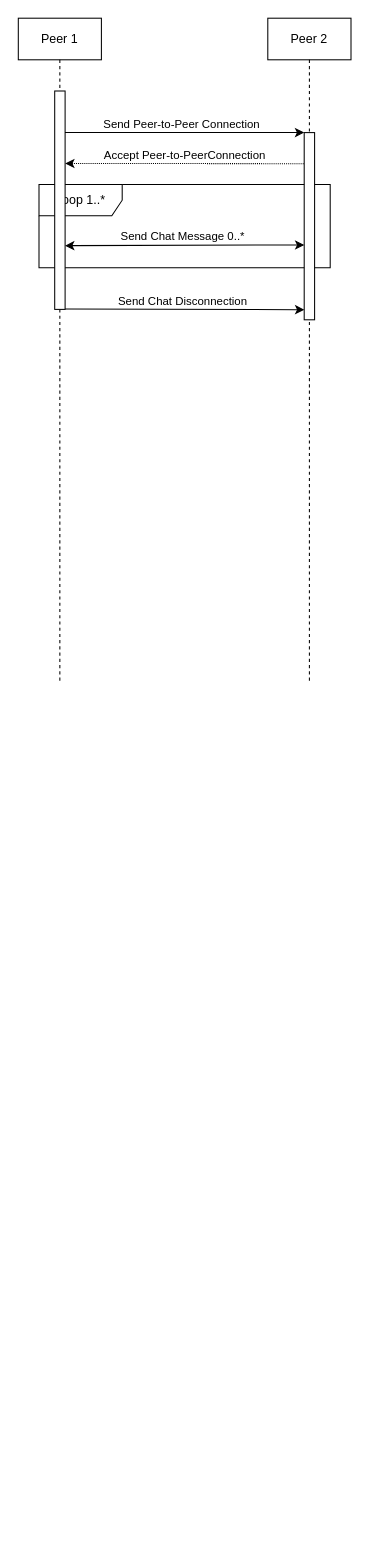
Earlier version of the draw.io diagram Project3/Network Sequence Diagram - Peer-to-Peer.drawio (PatrickMcDougle/CSE681). Source tidied: cells renumbered, new cells numbered last; positions are measured from the earlier drawing's top-left corner, leaving out a move shared by most shapes. Both pictures are drawn from the tidied source at 104%, with x=0, y=0 at pixel (18, 18).
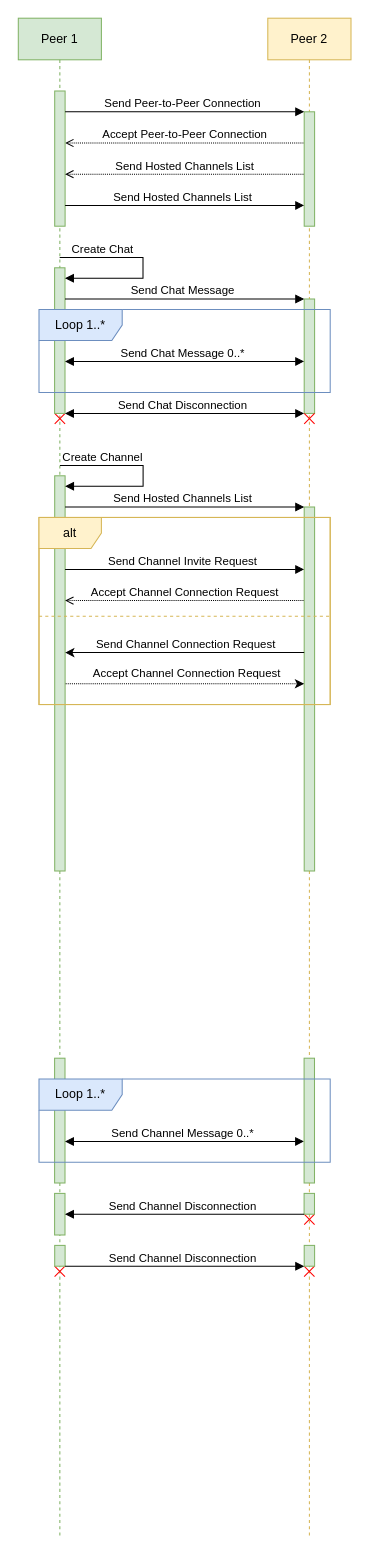
Above is the later version.

Change to the diagram source:
```diff
@@
-    <mxCell id="2" value="Loop 1..*" style="shape=umlFrame;whiteSpace=wrap;html=1;labelBackgroundColor=none;width=80;height=30;" parent="1" vertex="1">
-      <mxGeometry x="20" y="160" width="280" height="80" as="geometry" />
-    </mxCell>
+    <mxCell id="9" style="endArrow=none;html=1;rounded=0;startArrow=open;startFill=0;dashed=1;dashPattern=1 1;" parent="1" edge="1" source="4" target="6">
+      <mxGeometry relative="1" as="geometry">
+        <Array as="points">
+          <mxPoint x="180" y="120" />
+        </Array>
+      </mxGeometry>
+    </mxCell>
+    <mxCell id="10" value="Accept Peer-to-Peer Connection" style="edgeLabel;html=1;align=center;verticalAlign=bottom;labelPosition=center;verticalLabelPosition=top;labelBackgroundColor=none;" parent="9" vertex="1">
+      <mxGeometry x="-0.05" y="-1" relative="1" as="geometry">
+        <mxPoint x="5" y="-1" as="offset" />
+      </mxGeometry>
+    </mxCell>
-    <mxCell id="3" value="Peer 1" style="shape=umlLifeline;perimeter=lifelinePerimeter;whiteSpace=wrap;html=1;" parent="1" vertex="1">
-      <mxGeometry x="0.1" width="79.9" height="640" as="geometry" />
+    <mxCell id="3" value="Peer 1" style="shape=umlLifeline;perimeter=lifelinePerimeter;whiteSpace=wrap;html=1;fillColor=#d5e8d4;strokeColor=#82b366;" parent="1" vertex="1">
+      <mxGeometry x="0.1" width="79.9" height="1460" as="geometry" />
     </mxCell>
-    <mxCell id="4" style="html=1;points=[];perimeter=orthogonalPerimeter;" parent="3" vertex="1">
-      <mxGeometry x="35" y="70" width="10" height="210" as="geometry" />
+    <mxCell id="4" style="html=1;points=[];perimeter=orthogonalPerimeter;fillColor=#d5e8d4;strokeColor=#82b366;" parent="3" vertex="1">
+      <mxGeometry x="35" y="70" width="10" height="130" as="geometry" />
     </mxCell>
+    <mxCell id="15" style="html=1;points=[];perimeter=orthogonalPerimeter;labelBackgroundColor=none;fillColor=#d5e8d4;strokeColor=#82b366;" parent="3" vertex="1">
+      <mxGeometry x="35" y="440" width="10" height="380" as="geometry" />
+    </mxCell>
+    <mxCell id="16" style="endArrow=block;html=1;rounded=0;endFill=1;edgeStyle=orthogonalEdgeStyle;" parent="3" edge="1" target="15">
+      <mxGeometry relative="1" as="geometry">
+        <mxPoint x="40.1" y="430" as="sourcePoint" />
+        <Array as="points">
+          <mxPoint x="120" y="430" />
+          <mxPoint x="120" y="450" />
+        </Array>
+      </mxGeometry>
+    </mxCell>
+    <mxCell id="17" value="Create Channel" style="edgeLabel;align=center;verticalAlign=bottom;labelPosition=center;verticalLabelPosition=top;html=1;labelBackgroundColor=none;" parent="16" vertex="1">
+      <mxGeometry x="-0.26" relative="1" as="geometry">
+        <mxPoint x="-25" as="offset" />
+      </mxGeometry>
+    </mxCell>
+    <mxCell id="18" style="shape=umlDestroy;labelBackgroundColor=none;html=1;fillColor=#FF0000;strokeColor=#FF0000;fontColor=#ffffff;" parent="3" vertex="1">
+      <mxGeometry x="35" y="380" width="10" height="10" as="geometry" />
+    </mxCell>
-    <mxCell id="5" value="Peer 2" style="shape=umlLifeline;perimeter=lifelinePerimeter;whiteSpace=wrap;html=1;" parent="1" vertex="1">
-      <mxGeometry x="240" width="80" height="640" as="geometry" />
+    <mxCell id="5" value="Peer 2" style="shape=umlLifeline;perimeter=lifelinePerimeter;whiteSpace=wrap;html=1;fillColor=#fff2cc;strokeColor=#d6b656;" parent="1" vertex="1">
+      <mxGeometry x="240" width="80" height="1460" as="geometry" />
     </mxCell>
+    <mxCell id="19" style="html=1;points=[];perimeter=orthogonalPerimeter;labelBackgroundColor=none;fillColor=#d5e8d4;strokeColor=#82b366;" parent="5" vertex="1">
+      <mxGeometry x="35" y="470" width="10" height="350" as="geometry" />
+    </mxCell>
-    <mxCell id="6" style="html=1;points=[];perimeter=orthogonalPerimeter;" parent="5" vertex="1">
-      <mxGeometry x="35" y="110" width="10" height="180" as="geometry" />
+    <mxCell id="6" style="html=1;points=[];perimeter=orthogonalPerimeter;fillColor=#d5e8d4;strokeColor=#82b366;" parent="5" vertex="1">
+      <mxGeometry x="35" y="90" width="10" height="110" as="geometry" />
     </mxCell>
+    <mxCell id="20" style="html=1;points=[];perimeter=orthogonalPerimeter;fillColor=#d5e8d4;strokeColor=#82b366;" parent="5" vertex="1">
+      <mxGeometry x="-205" y="240" width="10" height="140" as="geometry" />
+    </mxCell>
+    <mxCell id="21" style="html=1;points=[];perimeter=orthogonalPerimeter;fillColor=#d5e8d4;strokeColor=#82b366;" parent="5" vertex="1">
+      <mxGeometry x="35" y="270" width="10" height="110" as="geometry" />
+    </mxCell>
+    <mxCell id="22" style="endArrow=block;html=1;rounded=0;endFill=1;startArrow=block;startFill=1;" parent="5" edge="1" source="20" target="21">
+      <mxGeometry relative="1" as="geometry">
+        <Array as="points">
+          <mxPoint x="-50" y="330" />
+        </Array>
+      </mxGeometry>
+    </mxCell>
+    <mxCell id="12" value="Send Chat Message 0..*" style="edgeLabel;align=center;verticalAlign=bottom;labelPosition=center;verticalLabelPosition=top;html=1;labelBackgroundColor=none;" parent="22" vertex="1">
+      <mxGeometry x="-0.26" relative="1" as="geometry">
+        <mxPoint x="27" as="offset" />
+      </mxGeometry>
+    </mxCell>
+    <mxCell id="23" style="endArrow=block;html=1;rounded=0;endFill=1;startArrow=block;startFill=1;" parent="5" edge="1" source="20" target="21">
+      <mxGeometry relative="1" as="geometry">
+        <Array as="points">
+          <mxPoint x="-10" y="380" />
+        </Array>
+      </mxGeometry>
+    </mxCell>
+    <mxCell id="14" value="Send Chat Disconnection" style="edgeLabel;align=center;verticalAlign=bottom;labelPosition=center;verticalLabelPosition=top;html=1;labelBackgroundColor=none;" parent="23" vertex="1">
+      <mxGeometry x="-0.26" relative="1" as="geometry">
+        <mxPoint x="27" as="offset" />
+      </mxGeometry>
+    </mxCell>
+    <mxCell id="24" style="endArrow=block;html=1;rounded=0;endFill=1;startArrow=none;startFill=0;" parent="5" edge="1" source="20" target="21">
+      <mxGeometry relative="1" as="geometry">
+        <Array as="points">
+          <mxPoint x="-80" y="270" />
+        </Array>
+      </mxGeometry>
+    </mxCell>
+    <mxCell id="25" value="Send Chat Message" style="edgeLabel;align=center;verticalAlign=bottom;labelPosition=center;verticalLabelPosition=top;html=1;labelBackgroundColor=none;" parent="24" vertex="1">
+      <mxGeometry x="-0.26" relative="1" as="geometry">
+        <mxPoint x="27" as="offset" />
+      </mxGeometry>
+    </mxCell>
+    <mxCell id="26" style="endArrow=block;html=1;rounded=0;endFill=1;edgeStyle=orthogonalEdgeStyle;" parent="5" edge="1" target="20">
+      <mxGeometry relative="1" as="geometry">
+        <mxPoint x="-200.1" y="230" as="sourcePoint" />
+        <Array as="points">
+          <mxPoint x="-120" y="230" />
+          <mxPoint x="-120" y="250" />
+        </Array>
+      </mxGeometry>
+    </mxCell>
+    <mxCell id="27" value="Create Chat" style="edgeLabel;align=center;verticalAlign=bottom;labelPosition=center;verticalLabelPosition=top;html=1;labelBackgroundColor=none;" parent="26" vertex="1">
+      <mxGeometry x="-0.26" relative="1" as="geometry">
+        <mxPoint x="-24" as="offset" />
+      </mxGeometry>
+    </mxCell>
+    <mxCell id="28" value="Loop 1..*" style="shape=umlFrame;whiteSpace=wrap;html=1;labelBackgroundColor=none;width=80;height=30;fillColor=#dae8fc;strokeColor=#6c8ebf;" parent="5" vertex="1">
+      <mxGeometry x="-220" y="280" width="280" height="80" as="geometry" />
+    </mxCell>
+    <mxCell id="29" style="shape=umlDestroy;labelBackgroundColor=none;html=1;fillColor=#FF0000;strokeColor=#FF0000;fontColor=#ffffff;" parent="5" vertex="1">
+      <mxGeometry x="35" y="380" width="10" height="10" as="geometry" />
+    </mxCell>
+    <mxCell id="30" style="shape=umlDestroy;labelBackgroundColor=none;html=1;fillColor=#FF0000;strokeColor=#FF0000;fontColor=#ffffff;" parent="5" vertex="1">
+      <mxGeometry x="-205" y="1200" width="10" height="10" as="geometry" />
+    </mxCell>
+    <mxCell id="31" style="shape=umlDestroy;labelBackgroundColor=none;html=1;fillColor=#FF0000;strokeColor=#FF0000;fontColor=#ffffff;" parent="5" vertex="1">
+      <mxGeometry x="35" y="1150" width="10" height="10" as="geometry" />
+    </mxCell>
+    <mxCell id="32" style="shape=umlDestroy;labelBackgroundColor=none;html=1;fillColor=#FF0000;strokeColor=#FF0000;fontColor=#ffffff;" parent="5" vertex="1">
+      <mxGeometry x="34.9" y="1200" width="10" height="10" as="geometry" />
+    </mxCell>
+    <mxCell id="33" style="html=1;points=[];perimeter=orthogonalPerimeter;labelBackgroundColor=none;fillColor=#d5e8d4;strokeColor=#82b366;" parent="5" vertex="1">
+      <mxGeometry x="-205" y="1000" width="10" height="120" as="geometry" />
+    </mxCell>
+    <mxCell id="34" style="endArrow=block;html=1;rounded=0;endFill=1;startArrow=block;startFill=1;" parent="5" edge="1" source="33" target="36">
+      <mxGeometry relative="1" as="geometry">
+        <Array as="points">
+          <mxPoint x="-40" y="1080" />
+        </Array>
+      </mxGeometry>
+    </mxCell>
+    <mxCell id="35" value="Send Channel Message 0..*" style="edgeLabel;align=center;verticalAlign=bottom;labelPosition=center;verticalLabelPosition=top;html=1;labelBackgroundColor=none;" parent="34" vertex="1">
+      <mxGeometry x="-0.26" relative="1" as="geometry">
+        <mxPoint x="27" as="offset" />
+      </mxGeometry>
+    </mxCell>
+    <mxCell id="36" style="html=1;points=[];perimeter=orthogonalPerimeter;labelBackgroundColor=none;fillColor=#d5e8d4;strokeColor=#82b366;" parent="5" vertex="1">
+      <mxGeometry x="34.9" y="1000" width="10" height="120" as="geometry" />
+    </mxCell>
+    <mxCell id="37" value="Loop 1..*" style="shape=umlFrame;whiteSpace=wrap;html=1;labelBackgroundColor=none;width=80;height=30;fillColor=#dae8fc;strokeColor=#6c8ebf;" parent="5" vertex="1">
+      <mxGeometry x="-220" y="1020" width="280" height="80" as="geometry" />
+    </mxCell>
+    <mxCell id="38" style="html=1;points=[];perimeter=orthogonalPerimeter;labelBackgroundColor=none;fillColor=#d5e8d4;strokeColor=#82b366;" parent="5" vertex="1">
+      <mxGeometry x="-205" y="1130" width="10" height="40" as="geometry" />
+    </mxCell>
+    <mxCell id="39" style="html=1;points=[];perimeter=orthogonalPerimeter;labelBackgroundColor=none;fillColor=#d5e8d4;strokeColor=#82b366;" parent="5" vertex="1">
+      <mxGeometry x="34.9" y="1130" width="10" height="20" as="geometry" />
+    </mxCell>
+    <mxCell id="40" style="endArrow=none;html=1;rounded=0;endFill=0;startArrow=block;startFill=1;" parent="5" edge="1" source="38" target="39">
+      <mxGeometry relative="1" as="geometry">
+        <Array as="points">
+          <mxPoint x="-80" y="1150" />
+        </Array>
+      </mxGeometry>
+    </mxCell>
+    <mxCell id="41" value="Send Channel Disconnection" style="edgeLabel;align=center;verticalAlign=bottom;labelPosition=center;verticalLabelPosition=top;html=1;labelBackgroundColor=none;" parent="40" vertex="1">
+      <mxGeometry x="-0.26" relative="1" as="geometry">
+        <mxPoint x="27" as="offset" />
+      </mxGeometry>
+    </mxCell>
+    <mxCell id="42" style="html=1;points=[];perimeter=orthogonalPerimeter;labelBackgroundColor=none;fillColor=#d5e8d4;strokeColor=#82b366;" parent="5" vertex="1">
+      <mxGeometry x="-204.9" y="1180" width="10" height="20" as="geometry" />
+    </mxCell>
+    <mxCell id="43" style="html=1;points=[];perimeter=orthogonalPerimeter;labelBackgroundColor=none;fillColor=#d5e8d4;strokeColor=#82b366;" parent="5" vertex="1">
+      <mxGeometry x="35" y="1180" width="10" height="20" as="geometry" />
+    </mxCell>
+    <mxCell id="44" style="endArrow=block;html=1;rounded=0;endFill=1;startArrow=none;startFill=0;" parent="5" edge="1" source="42" target="43">
+      <mxGeometry relative="1" as="geometry">
+        <Array as="points">
+          <mxPoint x="-79.9" y="1200" />
+        </Array>
+      </mxGeometry>
+    </mxCell>
+    <mxCell id="45" value="Send Channel Disconnection" style="edgeLabel;align=center;verticalAlign=bottom;labelPosition=center;verticalLabelPosition=top;html=1;labelBackgroundColor=none;" parent="44" vertex="1">
+      <mxGeometry x="-0.26" relative="1" as="geometry">
+        <mxPoint x="27" as="offset" />
+      </mxGeometry>
+    </mxCell>
-    <mxCell id="7" style="endArrow=classic;html=1;rounded=0;endFill=1;exitX=0.989;exitY=0.19;exitDx=0;exitDy=0;exitPerimeter=0;entryX=-0.001;entryY=0;entryDx=0;entryDy=0;entryPerimeter=0;" parent="1" edge="1" source="4" target="6">
+    <mxCell id="7" style="endArrow=block;html=1;rounded=0;endFill=1;entryX=-0.001;entryY=0;entryDx=0;entryDy=0;entryPerimeter=0;" parent="1" edge="1" source="4" target="6">
       <mxGeometry relative="1" as="geometry" />
     </mxCell>
@@
-    <mxCell id="9" style="endArrow=none;html=1;rounded=0;exitX=1.009;exitY=0.332;exitDx=0;exitDy=0;exitPerimeter=0;startArrow=classic;startFill=1;entryX=0.01;entryY=0.166;entryDx=0;entryDy=0;entryPerimeter=0;dashed=1;dashPattern=1 1;" parent="1" edge="1" source="4" target="6">
-      <mxGeometry relative="1" as="geometry" />
-    </mxCell>
-    <mxCell id="10" value="Accept Peer-to-PeerConnection" style="edgeLabel;html=1;align=center;verticalAlign=bottom;labelPosition=center;verticalLabelPosition=top;labelBackgroundColor=none;" parent="9" vertex="1">
-      <mxGeometry x="-0.05" y="-1" relative="1" as="geometry">
-        <mxPoint x="5" y="-1" as="offset" />
-      </mxGeometry>
-    </mxCell>
-    <mxCell id="11" style="endArrow=classic;html=1;rounded=0;endFill=1;exitX=0.999;exitY=0.708;exitDx=0;exitDy=0;exitPerimeter=0;entryX=0.01;entryY=0.6;entryDx=0;entryDy=0;entryPerimeter=0;startArrow=classic;startFill=1;" parent="1" edge="1" source="4" target="6">
-      <mxGeometry relative="1" as="geometry" />
-    </mxCell>
-    <mxCell id="12" value="Send Chat Message 0..*" style="edgeLabel;align=center;verticalAlign=bottom;labelPosition=center;verticalLabelPosition=top;html=1;labelBackgroundColor=none;" parent="11" vertex="1">
-      <mxGeometry x="-0.26" relative="1" as="geometry">
-        <mxPoint x="27" as="offset" />
-      </mxGeometry>
-    </mxCell>
-    <mxCell id="13" style="endArrow=classic;html=1;rounded=0;endFill=1;entryX=0.01;entryY=0.946;entryDx=0;entryDy=0;entryPerimeter=0;exitX=0.999;exitY=0.998;exitDx=0;exitDy=0;exitPerimeter=0;" parent="1" edge="1" source="4" target="6">
-      <mxGeometry relative="1" as="geometry" />
-    </mxCell>
-    <mxCell id="14" value="Send Chat Disconnection" style="edgeLabel;align=center;verticalAlign=bottom;labelPosition=center;verticalLabelPosition=top;html=1;labelBackgroundColor=none;" parent="13" vertex="1">
-      <mxGeometry x="-0.26" relative="1" as="geometry">
-        <mxPoint x="27" as="offset" />
-      </mxGeometry>
-    </mxCell>
+    <mxCell id="46" style="endArrow=block;html=1;rounded=0;endFill=1;" parent="1" edge="1" source="15" target="19">
+      <mxGeometry relative="1" as="geometry">
+        <Array as="points">
+          <mxPoint x="160" y="470" />
+        </Array>
+      </mxGeometry>
+    </mxCell>
+    <mxCell id="47" value="Send Hosted Channels List" style="edgeLabel;align=center;verticalAlign=bottom;labelPosition=center;verticalLabelPosition=top;html=1;labelBackgroundColor=none;" parent="46" vertex="1">
+      <mxGeometry x="-0.26" relative="1" as="geometry">
+        <mxPoint x="27" as="offset" />
+      </mxGeometry>
+    </mxCell>
+    <mxCell id="48" style="endArrow=classic;html=1;rounded=0;endFill=1;" parent="1" edge="1" source="19" target="15">
+      <mxGeometry relative="1" as="geometry">
+        <Array as="points">
+          <mxPoint x="160" y="610" />
+        </Array>
+      </mxGeometry>
+    </mxCell>
+    <mxCell id="49" value="Send Channel Connection Request" style="edgeLabel;align=center;verticalAlign=bottom;labelPosition=center;verticalLabelPosition=top;html=1;labelBackgroundColor=none;" parent="48" vertex="1">
+      <mxGeometry x="-0.26" relative="1" as="geometry">
+        <mxPoint x="-30" as="offset" />
+      </mxGeometry>
+    </mxCell>
+    <mxCell id="50" style="endArrow=none;html=1;rounded=0;startArrow=classic;startFill=1;dashed=1;dashPattern=1 1;" parent="1" edge="1" source="19" target="15">
+      <mxGeometry relative="1" as="geometry">
+        <Array as="points">
+          <mxPoint x="160" y="640" />
+        </Array>
+      </mxGeometry>
+    </mxCell>
+    <mxCell id="51" value="Accept Channel Connection Request" style="edgeLabel;html=1;align=center;verticalAlign=bottom;labelPosition=center;verticalLabelPosition=top;labelBackgroundColor=none;" parent="50" vertex="1">
+      <mxGeometry x="-0.05" y="-1" relative="1" as="geometry">
+        <mxPoint x="-5" y="-1" as="offset" />
+      </mxGeometry>
+    </mxCell>
+    <mxCell id="52" style="endArrow=block;html=1;rounded=0;endFill=1;" parent="1" edge="1" source="4" target="6">
+      <mxGeometry relative="1" as="geometry">
+        <Array as="points">
+          <mxPoint x="180" y="180" />
+        </Array>
+      </mxGeometry>
+    </mxCell>
+    <mxCell id="53" value="Send Hosted Channels List" style="edgeLabel;align=center;verticalAlign=bottom;labelPosition=center;verticalLabelPosition=top;html=1;labelBackgroundColor=none;" parent="52" vertex="1">
+      <mxGeometry x="-0.26" relative="1" as="geometry">
+        <mxPoint x="27" as="offset" />
+      </mxGeometry>
+    </mxCell>
+    <mxCell id="54" style="endArrow=none;html=1;rounded=0;startArrow=open;startFill=0;dashed=1;dashPattern=1 1;" parent="1" edge="1" source="4" target="6">
+      <mxGeometry relative="1" as="geometry">
+        <Array as="points">
+          <mxPoint x="190" y="150" />
+        </Array>
+      </mxGeometry>
+    </mxCell>
+    <mxCell id="55" value="Send Hosted Channels List" style="edgeLabel;html=1;align=center;verticalAlign=bottom;labelPosition=center;verticalLabelPosition=top;labelBackgroundColor=none;" parent="54" vertex="1">
+      <mxGeometry x="-0.05" y="-1" relative="1" as="geometry">
+        <mxPoint x="5" y="-1" as="offset" />
+      </mxGeometry>
+    </mxCell>
+    <mxCell id="56" style="endArrow=block;html=1;rounded=0;endFill=1;" parent="1" edge="1" source="15" target="19">
+      <mxGeometry relative="1" as="geometry">
+        <Array as="points">
+          <mxPoint x="160" y="530" />
+        </Array>
+      </mxGeometry>
+    </mxCell>
+    <mxCell id="57" value="Send Channel Invite Request" style="edgeLabel;align=center;verticalAlign=bottom;labelPosition=center;verticalLabelPosition=top;html=1;labelBackgroundColor=none;" parent="56" vertex="1">
+      <mxGeometry x="-0.26" relative="1" as="geometry">
+        <mxPoint x="27" as="offset" />
+      </mxGeometry>
+    </mxCell>
+    <mxCell id="58" style="endArrow=none;html=1;rounded=0;startArrow=open;startFill=0;dashed=1;dashPattern=1 1;" parent="1" edge="1" source="15" target="19">
+      <mxGeometry relative="1" as="geometry">
+        <Array as="points">
+          <mxPoint x="160" y="560" />
+        </Array>
+      </mxGeometry>
+    </mxCell>
+    <mxCell id="59" value="Accept Channel Connection Request" style="edgeLabel;html=1;align=center;verticalAlign=bottom;labelPosition=center;verticalLabelPosition=top;labelBackgroundColor=none;" parent="58" vertex="1">
+      <mxGeometry x="-0.05" y="-1" relative="1" as="geometry">
+        <mxPoint x="5" y="-1" as="offset" />
+      </mxGeometry>
+    </mxCell>
+    <mxCell id="60" style="group;fillColor=none;strokeColor=#d6b656;" parent="1" vertex="1">
+      <mxGeometry x="20" y="480" width="280" height="180" as="geometry" />
+    </mxCell>
+    <mxCell id="61" style="line;strokeWidth=1;fillColor=#fff2cc;align=left;verticalAlign=middle;spacingTop=-1;spacingLeft=3;spacingRight=3;labelPosition=right;labelBackgroundColor=none;html=1;dashed=1;strokeColor=#d6b656;" parent="60" vertex="1">
+      <mxGeometry y="90" width="280" height="10" as="geometry" />
+    </mxCell>
+    <mxCell id="62" value="alt" style="shape=umlFrame;whiteSpace=wrap;html=1;labelBackgroundColor=none;strokeColor=#d6b656;fillColor=#fff2cc;" parent="60" vertex="1">
+      <mxGeometry width="280" height="180" as="geometry" />
+    </mxCell>
```
